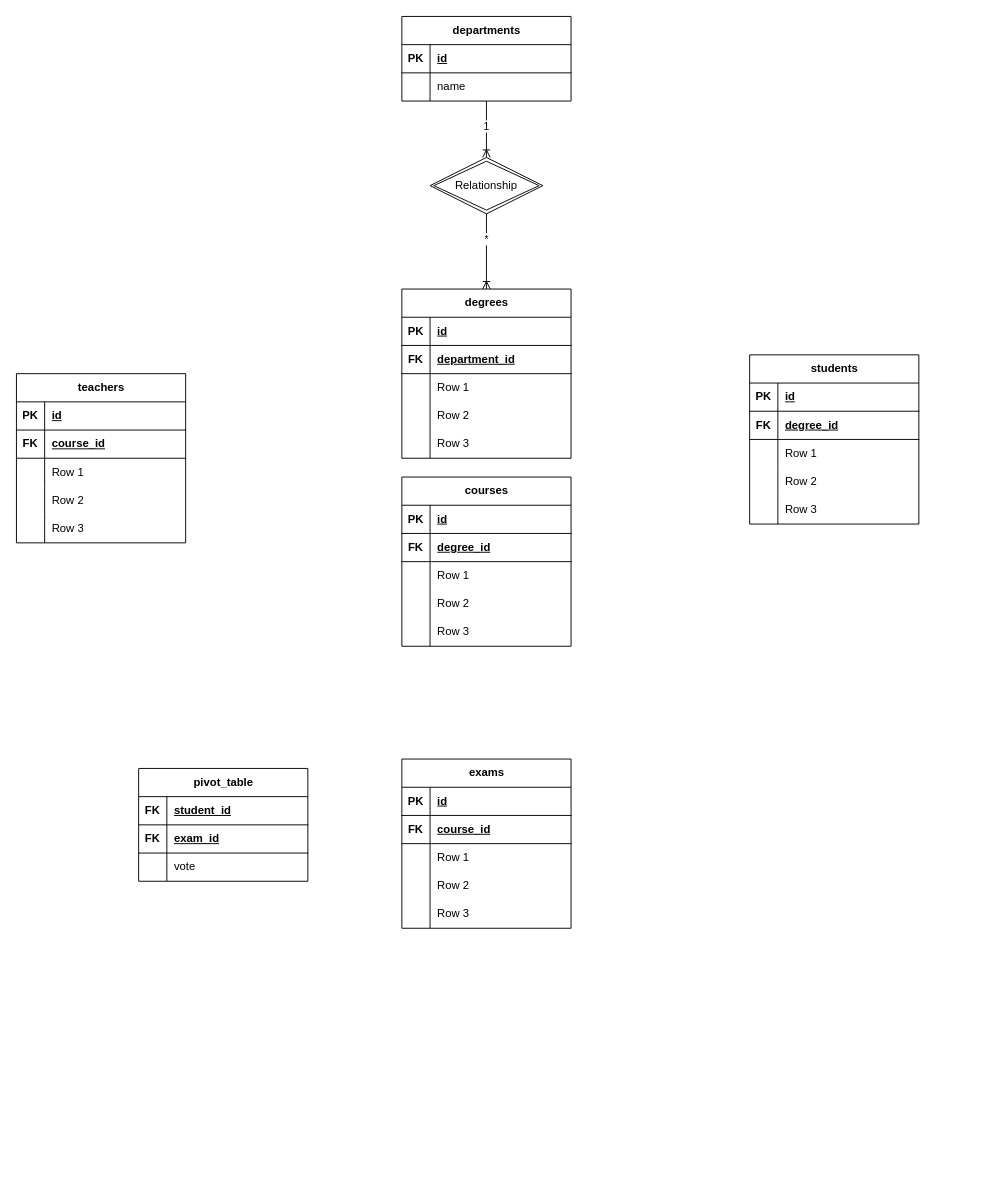
matteovecchio04/db-university keeps this draw.io diagram as university.dio. Above is the earlier version. Source tidied: cells renumbered, new cells numbered last; positions are measured from the earlier drawing's top-left corner, leaving out a move shared by most shapes. Both pictures are drawn from the tidied source at 94%, with x=0, y=0 at pixel (16, 16).
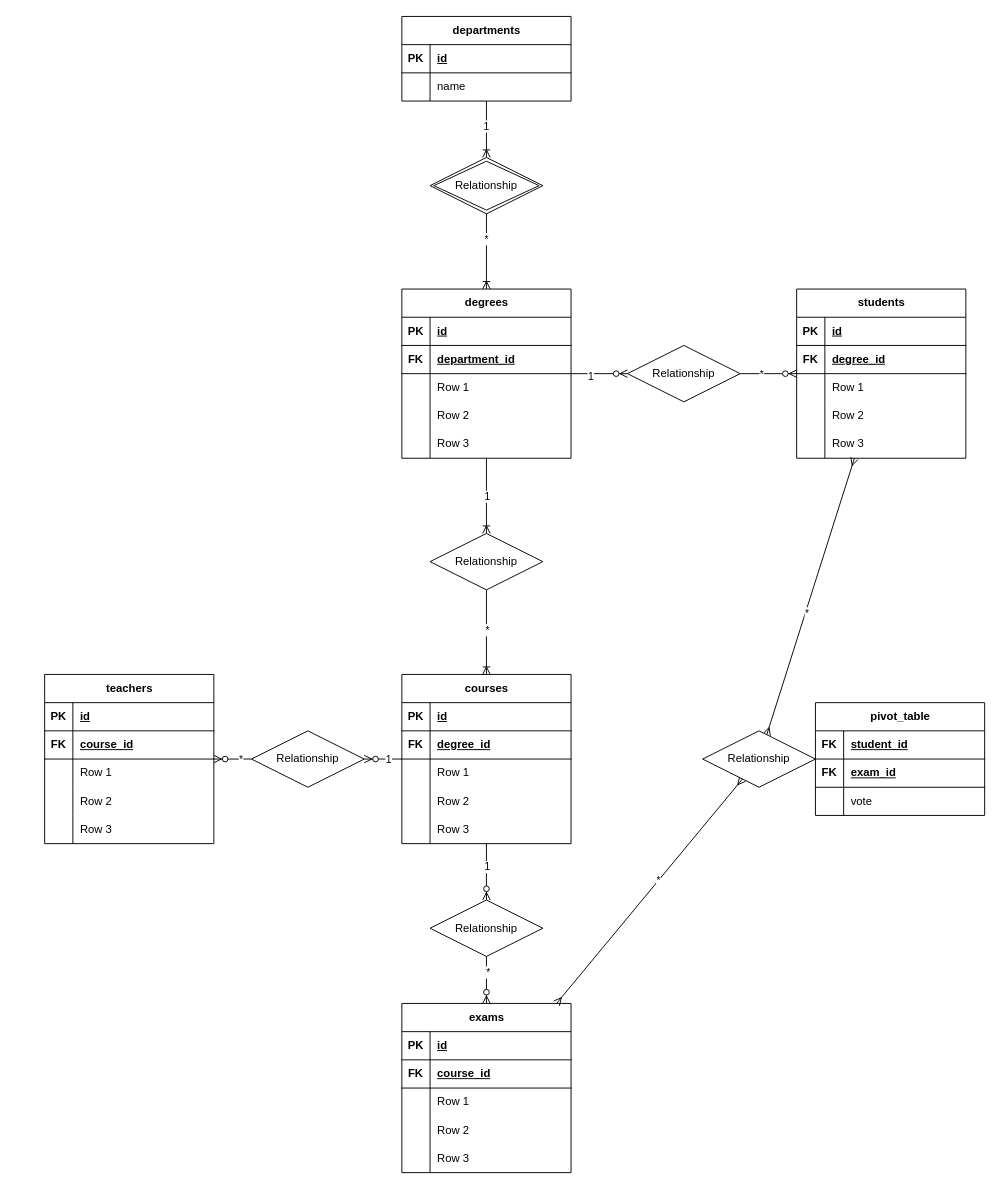
The same page after the edit.

Commit message:
finally finished this headache of an exercise :)

The change refers to these unchanged cells:
```xml
<mxCell id="9" value="degrees" style="shape=table;startSize=30;childLayout=tableLayout;rowLines=0;fontStyle=1;align=center;html=1;" parent="1" vertex="1">
  <mxGeometry x="410" y="290" width="180" height="180" as="geometry" />
</mxCell>
```

Diff of the diagram source:
```diff
@@
     <mxCell id="25" value="courses" style="shape=table;startSize=30;childLayout=tableLayout;rowLines=0;fontStyle=1;align=center;html=1;" parent="1" vertex="1">
-      <mxGeometry x="410" y="490" width="180" height="180" as="geometry" />
+      <mxGeometry x="410" y="700" width="180" height="180" as="geometry" />
     </mxCell>
@@
     <mxCell id="41" value="teachers" style="shape=table;startSize=30;childLayout=tableLayout;rowLines=0;fontStyle=1;align=center;html=1;" parent="1" vertex="1">
-      <mxGeometry y="380" width="180" height="180" as="geometry" />
+      <mxGeometry x="30" y="700" width="180" height="180" as="geometry" />
     </mxCell>
@@
     <mxCell id="57" value="exams" style="shape=table;startSize=30;childLayout=tableLayout;rowLines=0;fontStyle=1;align=center;html=1;" parent="1" vertex="1">
-      <mxGeometry x="410" y="790" width="180" height="180" as="geometry" />
+      <mxGeometry x="410" y="1050" width="180" height="180" as="geometry" />
     </mxCell>
@@
     <mxCell id="73" value="students" style="shape=table;startSize=30;childLayout=tableLayout;rowLines=0;fontStyle=1;align=center;html=1;" parent="1" vertex="1">
-      <mxGeometry x="780" y="360" width="180" height="180" as="geometry" />
+      <mxGeometry x="830" y="290" width="180" height="180" as="geometry" />
     </mxCell>
@@
     <mxCell id="89" value="pivot_table" style="shape=table;startSize=30;childLayout=tableLayout;rowLines=0;fontStyle=1;align=center;html=1;" parent="1" vertex="1">
-      <mxGeometry x="130" y="800" width="180" height="120" as="geometry" />
+      <mxGeometry x="850" y="730" width="180" height="120" as="geometry" />
     </mxCell>
@@
+    <mxCell id="104" style="fontSize=12;html=1;endArrow=ERoneToMany;" parent="1" edge="1" source="108" target="25">
+      <mxGeometry relative="1" as="geometry" />
+    </mxCell>
+    <mxCell id="105" value="*" style="edgeLabel;html=1;align=center;verticalAlign=middle;" parent="104" vertex="1">
+      <mxGeometry x="-0.04" y="2" relative="1" as="geometry">
+        <mxPoint x="-2" y="-1" as="offset" />
+      </mxGeometry>
+    </mxCell>
+    <mxCell id="106" style="fontSize=12;html=1;endArrow=ERoneToMany;" parent="1" edge="1" source="9" target="108">
+      <mxGeometry relative="1" as="geometry" />
+    </mxCell>
+    <mxCell id="107" value="1" style="edgeLabel;html=1;align=center;verticalAlign=middle;" parent="106" vertex="1">
+      <mxGeometry x="0.02" y="1" relative="1" as="geometry">
+        <mxPoint x="-1" y="-1" as="offset" />
+      </mxGeometry>
+    </mxCell>
+    <mxCell id="108" value="Relationship" style="shape=rhombus;perimeter=rhombusPerimeter;whiteSpace=wrap;html=1;align=center;" parent="1" vertex="1">
+      <mxGeometry x="440" y="550" width="120" height="60" as="geometry" />
+    </mxCell>
+    <mxCell id="109" style="fontSize=12;html=1;endArrow=ERzeroToMany;endFill=1;" parent="1" edge="1" source="113" target="73">
+      <mxGeometry relative="1" as="geometry" />
+    </mxCell>
+    <mxCell id="110" value="*" style="edgeLabel;html=1;align=center;verticalAlign=middle;" parent="109" vertex="1">
+      <mxGeometry x="-0.26" relative="1" as="geometry" />
+    </mxCell>
+    <mxCell id="111" style="fontSize=12;html=1;endArrow=ERzeroToMany;endFill=1;" parent="1" edge="1" source="9" target="113">
+      <mxGeometry relative="1" as="geometry" />
+    </mxCell>
+    <mxCell id="112" value="1" style="edgeLabel;html=1;align=center;verticalAlign=middle;" parent="111" vertex="1">
+      <mxGeometry x="-0.34" y="-2" relative="1" as="geometry" />
+    </mxCell>
+    <mxCell id="113" value="Relationship" style="shape=rhombus;perimeter=rhombusPerimeter;whiteSpace=wrap;html=1;align=center;" parent="1" vertex="1">
+      <mxGeometry x="650" y="350" width="120" height="60" as="geometry" />
+    </mxCell>
+    <mxCell id="114" style="fontSize=12;html=1;endArrow=ERzeroToMany;endFill=1;" parent="1" edge="1" source="118" target="41">
+      <mxGeometry relative="1" as="geometry" />
+    </mxCell>
+    <mxCell id="115" value="*" style="edgeLabel;html=1;align=center;verticalAlign=middle;" parent="114" vertex="1">
+      <mxGeometry x="-0.4" relative="1" as="geometry" />
+    </mxCell>
+    <mxCell id="116" style="fontSize=12;html=1;endArrow=ERzeroToMany;endFill=1;" parent="1" edge="1" source="25" target="118">
+      <mxGeometry relative="1" as="geometry" />
+    </mxCell>
+    <mxCell id="117" value="1" style="edgeLabel;html=1;align=center;verticalAlign=middle;" parent="116" vertex="1">
+      <mxGeometry x="-0.29" relative="1" as="geometry">
+        <mxPoint x="-1" as="offset" />
+      </mxGeometry>
+    </mxCell>
+    <mxCell id="118" value="Relationship" style="shape=rhombus;perimeter=rhombusPerimeter;whiteSpace=wrap;html=1;align=center;" parent="1" vertex="1">
+      <mxGeometry x="250" y="760" width="120" height="60" as="geometry" />
+    </mxCell>
+    <mxCell id="119" style="fontSize=12;html=1;endArrow=ERzeroToMany;endFill=1;" parent="1" edge="1" source="123" target="57">
+      <mxGeometry relative="1" as="geometry" />
+    </mxCell>
+    <mxCell id="120" value="*" style="edgeLabel;html=1;align=center;verticalAlign=middle;" parent="119" vertex="1">
+      <mxGeometry x="-0.38" y="1" relative="1" as="geometry" />
+    </mxCell>
+    <mxCell id="121" style="fontSize=12;html=1;endArrow=ERzeroToMany;endFill=1;" parent="1" edge="1" source="25" target="123">
+      <mxGeometry relative="1" as="geometry" />
+    </mxCell>
+    <mxCell id="122" value="1" style="edgeLabel;html=1;align=center;verticalAlign=middle;" parent="121" vertex="1">
+      <mxGeometry x="-0.19" relative="1" as="geometry" />
+    </mxCell>
+    <mxCell id="123" value="Relationship" style="shape=rhombus;perimeter=rhombusPerimeter;whiteSpace=wrap;html=1;align=center;" parent="1" vertex="1">
+      <mxGeometry x="440" y="940" width="120" height="60" as="geometry" />
+    </mxCell>
+    <mxCell id="124" style="fontSize=12;html=1;endArrow=ERmany;startArrow=ERmany;" parent="1" edge="1" source="128" target="73">
+      <mxGeometry relative="1" as="geometry" />
+    </mxCell>
+    <mxCell id="125" value="*" style="edgeLabel;html=1;align=center;verticalAlign=middle;" parent="124" vertex="1">
+      <mxGeometry x="-0.11" y="-1" relative="1" as="geometry">
+        <mxPoint y="1" as="offset" />
+      </mxGeometry>
+    </mxCell>
+    <mxCell id="126" style="fontSize=12;html=1;endArrow=ERmany;startArrow=ERmany;" parent="1" edge="1" source="57" target="128">
+      <mxGeometry relative="1" as="geometry" />
+    </mxCell>
+    <mxCell id="127" value="*" style="edgeLabel;html=1;align=center;verticalAlign=middle;" parent="126" vertex="1">
+      <mxGeometry x="0.1" y="1" relative="1" as="geometry">
+        <mxPoint y="1" as="offset" />
+      </mxGeometry>
+    </mxCell>
+    <mxCell id="128" value="Relationship" style="shape=rhombus;perimeter=rhombusPerimeter;whiteSpace=wrap;html=1;align=center;" parent="1" vertex="1">
+      <mxGeometry x="730" y="760" width="120" height="60" as="geometry" />
+    </mxCell>
```
